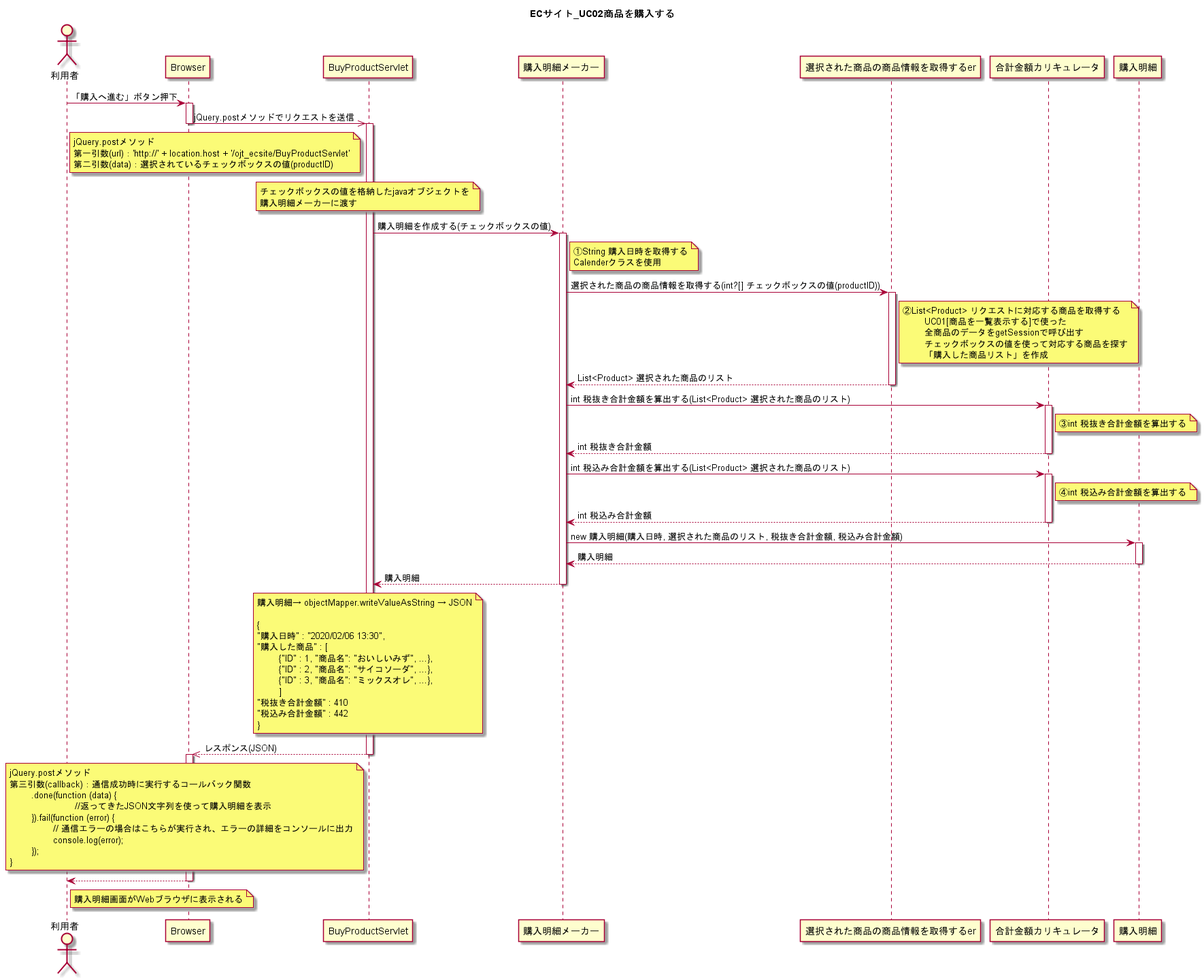
The PlantUML diagram UML/ECサイト_UC02商品を購入する.png in wnakayama/ojt_ecsite, before a commit.
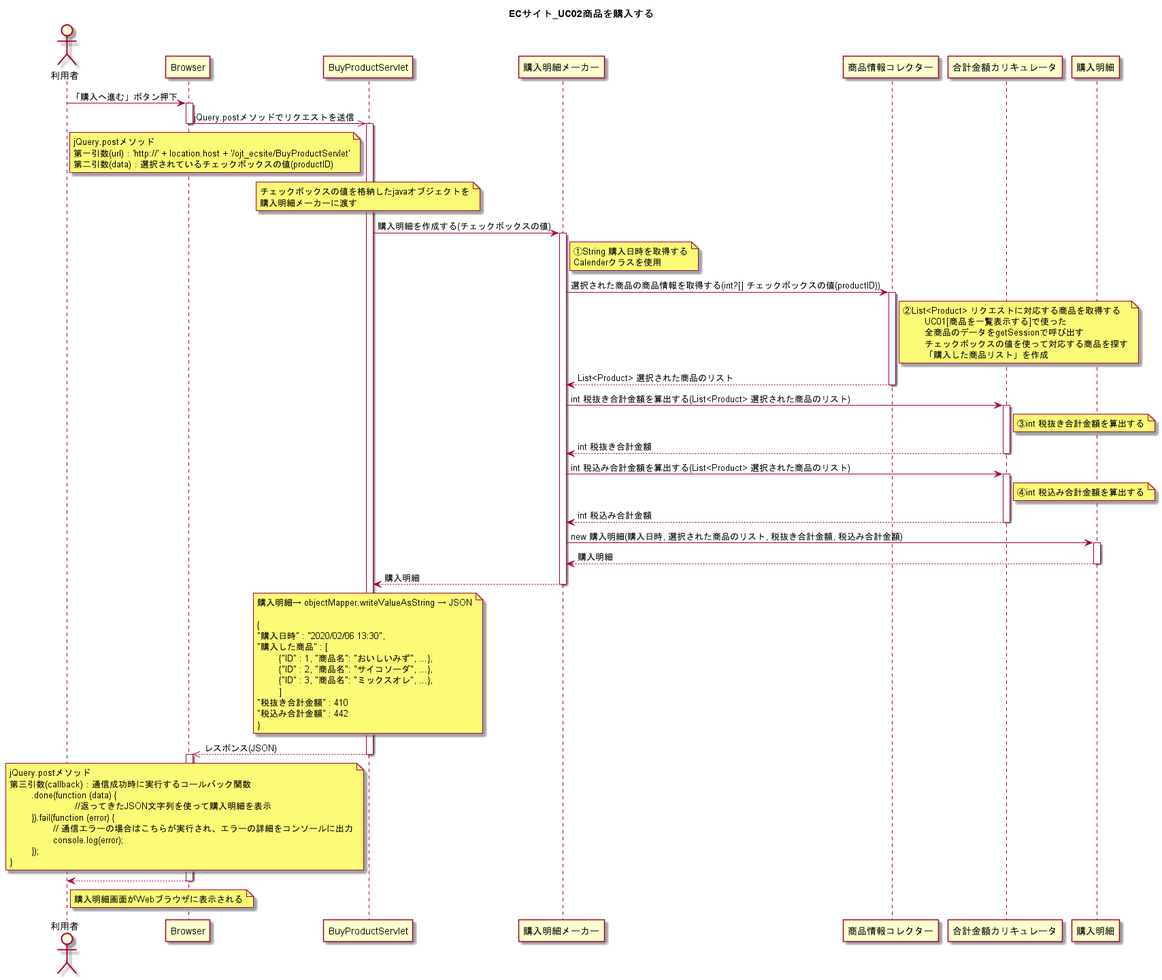
Later version of the same file.

Change to the diagram source:
```diff
@@ -30,17 +30,17 @@
 	end note
 
 
-購入明細メーカー -> 選択された商品の商品情報を取得するer : 選択された商品の商品情報を取得する(int?[] チェックボックスの値(productID))
-activate 選択された商品の商品情報を取得するer
-	note right of 選択された商品の商品情報を取得するer
+購入明細メーカー -> 商品情報コレクター : 選択された商品の商品情報を取得する(int?[] チェックボックスの値(productID))
+activate 商品情報コレクター
+	note right of 商品情報コレクター
 	②List<Product> リクエストに対応する商品を取得する
 		UC01[商品を一覧表示する]で使った
 		全商品のデータをgetSessionで呼び出す
 		チェックボックスの値を使って対応する商品を探す
 		「購入した商品リスト」を作成
 	end note
-購入明細メーカー <-- 選択された商品の商品情報を取得するer : List<Product> 選択された商品のリスト
-deactivate 選択された商品の商品情報を取得するer
+購入明細メーカー <-- 商品情報コレクター : List<Product> 選択された商品のリスト
+deactivate 商品情報コレクター
 
 購入明細メーカー -> 合計金額カリキュレータ : int 税抜き合計金額を算出する(List<Product> 選択された商品のリスト)
 activate 合計金額カリキュレータ
```
